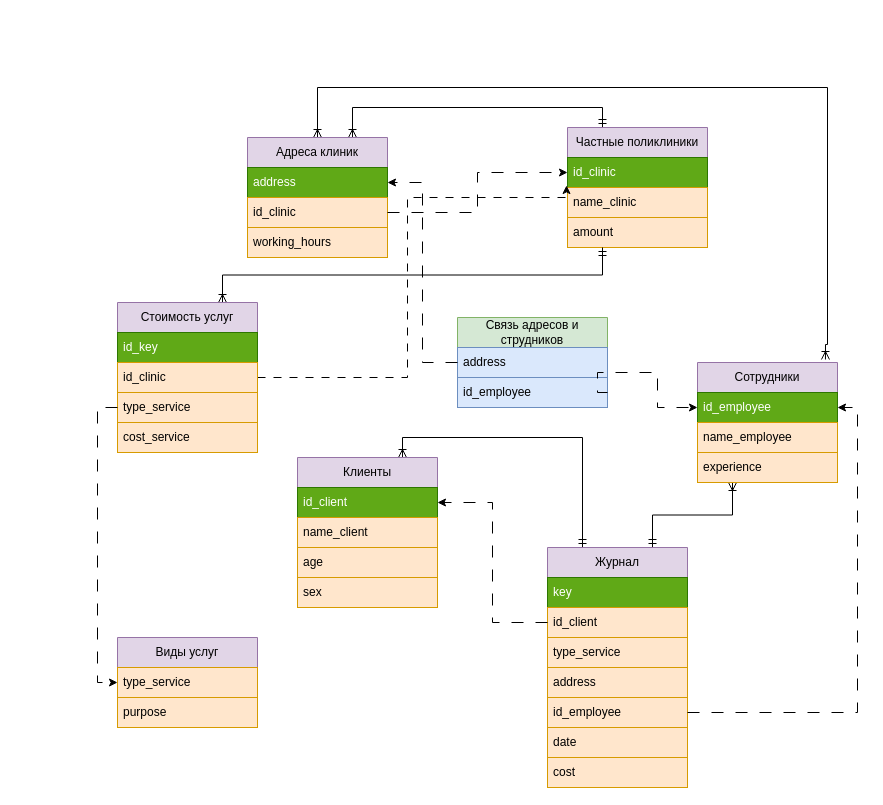
Earlier version of the draw.io diagram Untitled Diagram.drawio (Stepan714/Algorithms-and-data-structures). Source tidied: cells renumbered, new cells numbered last; positions are measured from the earlier drawing's top-left corner, leaving out a move shared by most shapes. Both pictures are drawn from the tidied source at 100%, with x=0, y=0 at pixel (117, 87).
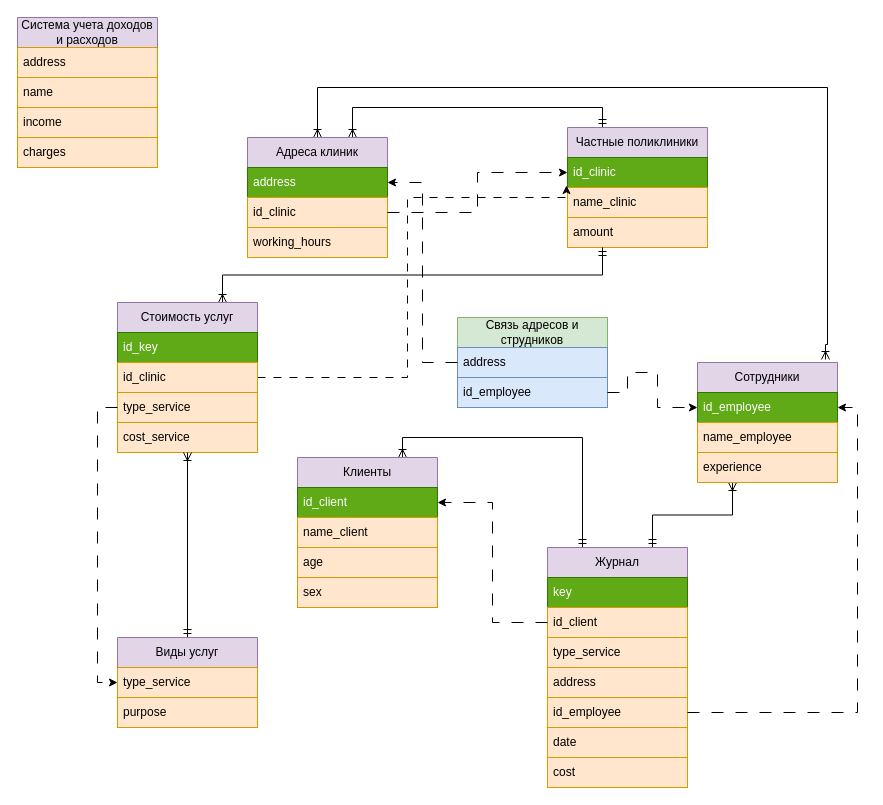
After the change.

The change refers to these unchanged cells:
```xml
<mxCell id="15" value="id_employee" style="text;strokeColor=#2D7600;fillColor=#60a917;align=left;verticalAlign=middle;spacingLeft=4;spacingRight=4;overflow=hidden;points=[[0,0.5],[1,0.5]];portConstraint=eastwest;whiteSpace=wrap;html=1;fontColor=#ffffff;" parent="14" vertex="1">
  <mxGeometry y="30" width="140" height="30" as="geometry" />
</mxCell>
<mxCell id="20" value="id_employee" style="text;strokeColor=#6c8ebf;fillColor=#dae8fc;align=left;verticalAlign=middle;spacingLeft=4;spacingRight=4;overflow=hidden;points=[[0,0.5],[1,0.5]];portConstraint=eastwest;whiteSpace=wrap;html=1;" parent="18" vertex="1">
  <mxGeometry y="60" width="150" height="30" as="geometry" />
</mxCell>
<mxCell id="41" value="Стоимость услуг" style="swimlane;fontStyle=0;horizontal=1;startSize=30;whiteSpace=wrap;html=1;fillColor=#e1d5e7;strokeColor=#9673a6;" parent="1" vertex="1">
  <mxGeometry y="215" width="140" height="150" as="geometry" />
</mxCell>
<mxCell id="46" value="Виды услуг" style="swimlane;fontStyle=0;horizontal=1;startSize=30;whiteSpace=wrap;html=1;fillColor=#e1d5e7;strokeColor=#9673a6;" parent="1" vertex="1">
  <mxGeometry y="550" width="140" height="90" as="geometry" />
</mxCell>
```

Diff of the diagram source:
```diff
@@
     <mxCell id="21" style="edgeStyle=orthogonalEdgeStyle;rounded=0;jettySize=auto;html=1;exitX=1;exitY=0.5;exitDx=0;exitDy=0;entryX=0;entryY=0.5;entryDx=0;entryDy=0;dashed=1;dashPattern=12 12;" parent="1" edge="1" source="20" target="15">
       <mxGeometry relative="1" as="geometry">
         <Array as="points">
-          <mxPoint x="480" y="305" />
-          <mxPoint x="480" y="285" />
+          <mxPoint x="510" y="305" />
+          <mxPoint x="510" y="285" />
           <mxPoint x="540" y="285" />
           <mxPoint x="540" y="320" />
         </Array>
       </mxGeometry>
     </mxCell>
@@
+    <mxCell id="50" style="edgeStyle=orthogonalEdgeStyle;rounded=0;jettySize=auto;html=1;exitX=0.5;exitY=0;exitDx=0;exitDy=0;entryX=0.5;entryY=1;entryDx=0;entryDy=0;endArrow=ERoneToMany;endFill=0;startArrow=ERmandOne;startFill=0;" parent="1" edge="1" source="46" target="41">
+      <mxGeometry relative="1" as="geometry" />
+    </mxCell>
@@
+    <mxCell id="51" value="Система учета доходов и расходов" style="swimlane;fontStyle=0;horizontal=1;startSize=30;whiteSpace=wrap;html=1;fillColor=#e1d5e7;strokeColor=#9673a6;" parent="1" vertex="1">
+      <mxGeometry x="-100" y="-70" width="140" height="150" as="geometry" />
+    </mxCell>
+    <mxCell id="52" value="address" style="text;strokeColor=#d79b00;fillColor=#ffe6cc;align=left;verticalAlign=middle;spacingLeft=4;spacingRight=4;overflow=hidden;whiteSpace=wrap;html=1;" parent="51" vertex="1">
+      <mxGeometry y="30" width="140" height="30" as="geometry" />
+    </mxCell>
+    <mxCell id="53" value="name" style="text;strokeColor=#d79b00;fillColor=#ffe6cc;align=left;verticalAlign=middle;spacingLeft=4;spacingRight=4;overflow=hidden;whiteSpace=wrap;html=1;" parent="51" vertex="1">
+      <mxGeometry y="60" width="140" height="30" as="geometry" />
+    </mxCell>
+    <mxCell id="54" value="income" style="text;strokeColor=#d79b00;fillColor=#ffe6cc;align=left;verticalAlign=middle;spacingLeft=4;spacingRight=4;overflow=hidden;whiteSpace=wrap;html=1;" parent="51" vertex="1">
+      <mxGeometry y="90" width="140" height="30" as="geometry" />
+    </mxCell>
+    <mxCell id="55" value="charges" style="text;strokeColor=#d79b00;fillColor=#ffe6cc;align=left;verticalAlign=middle;spacingLeft=4;spacingRight=4;overflow=hidden;whiteSpace=wrap;html=1;" parent="51" vertex="1">
+      <mxGeometry y="120" width="140" height="30" as="geometry" />
+    </mxCell>
```
